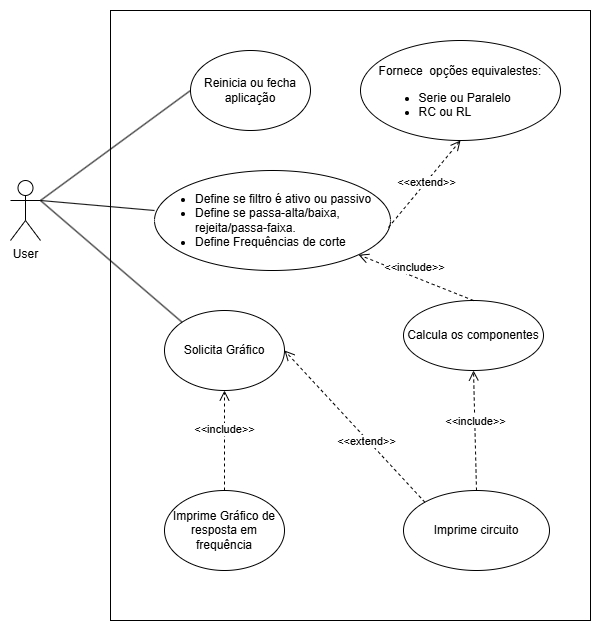
Earlier version of the draw.io export ProjetoFinal/img/Diagrama_caso_uso_PJ.png (EEletronicChris/prgOO). Source tidied: cells renumbered, new cells last; positions are measured from the earlier drawing's top-left corner, leaving out a move shared by most shapes.
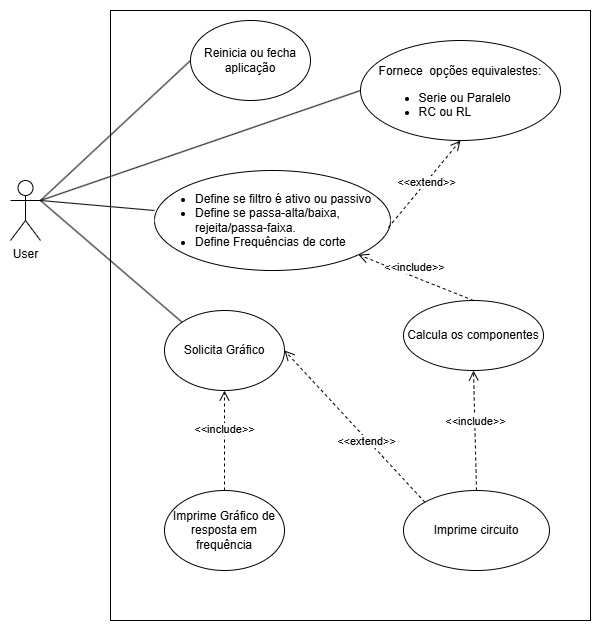
The same diagram one commit later.

Commit message:
Atualização final dos diagramas

Change to the diagram source:
```diff
@@ -38,12 +38,11 @@
       <mxGeometry x="154" y="480" width="120" height="80" as="geometry" />
     </mxCell>
     <mxCell id="13" value="Reinicia ou fecha aplicação" style="ellipse;whiteSpace=wrap;html=1;" parent="1" vertex="1">
-      <mxGeometry x="180" y="40" width="120" height="80" as="geometry" />
+      <mxGeometry x="180" y="10" width="120" height="80" as="geometry" />
     </mxCell>
-    <mxCell id="14" style="endArrow=none;html=1;rounded=0;" parent="1" edge="1">
+    <mxCell id="14" style="endArrow=none;html=1;rounded=0;entryX=0;entryY=0.5;entryDx=0;entryDy=0;" parent="1" edge="1" target="13">
       <mxGeometry relative="1" as="geometry">
         <mxPoint x="30" y="190" as="sourcePoint" />
-        <mxPoint x="180" y="80" as="targetPoint" />
       </mxGeometry>
     </mxCell>
     <mxCell id="15" value="Solicita Gráfico" style="ellipse;whiteSpace=wrap;html=1;" parent="1" vertex="1">
@@ -60,5 +59,8 @@
     <mxCell id="18" value="&amp;lt;&amp;lt;include&amp;gt;&amp;gt;" style="html=1;verticalAlign=bottom;endArrow=open;dashed=1;endSize=8;curved=0;rounded=0;exitX=0.5;exitY=0;exitDx=0;exitDy=0;entryX=0.5;entryY=1;entryDx=0;entryDy=0;" parent="1" edge="1" source="12" target="15">
       <mxGeometry x="0.04" relative="1" as="geometry" />
     </mxCell>
+    <mxCell id="19" style="endArrow=none;html=1;rounded=0;exitX=1;exitY=0.3333333333333333;exitDx=0;exitDy=0;exitPerimeter=0;entryX=0;entryY=0.5;entryDx=0;entryDy=0;" parent="1" edge="1" source="2" target="9">
+      <mxGeometry relative="1" as="geometry" />
+    </mxCell>
   </root>
 </mxGraphModel>
```
